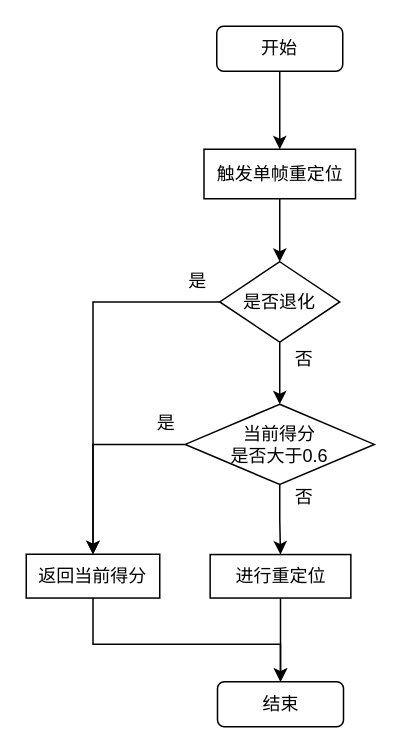
lyfa007/picgo keeps this draw.io diagram as page "单帧重定位" (15 of 18) of localization.drawio. Above is the earlier version. Source tidied: cells renumbered, new cells numbered last; positions are measured from the earlier drawing's top-left corner, leaving out a move shared by most shapes. Both pictures are drawn from the tidied source at 150%, with x=0, y=0 at pixel (26, 26).
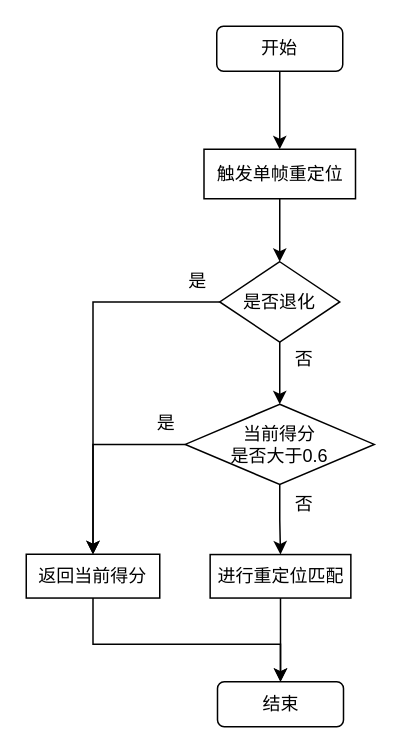
The same page after the edit.

The edit, as a diff of the source:
```diff
@@
-    <mxCell id="16" value="进行重定位" style="whiteSpace=wrap;html=1;rounded=0;" parent="1" vertex="1">
+    <mxCell id="16" value="进行重定位匹配" style="whiteSpace=wrap;html=1;rounded=0;" parent="1" vertex="1">
       <mxGeometry x="122.6" y="352.2" width="93.8" height="29" as="geometry" />
     </mxCell>
     <mxCell id="17" value="否" style="text;html=1;align=center;verticalAlign=middle;strokeColor=none;fillColor=none;" parent="1" vertex="1">
-      <mxGeometry x="170" y="301" width="30" height="26" as="geometry" />
+      <mxGeometry x="170" y="305.5" width="30" height="26" as="geometry" />
     </mxCell>
```
